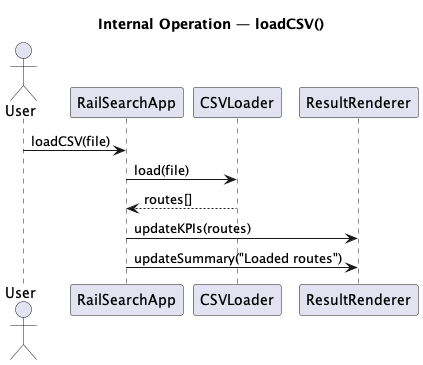
nicolas-zampieri/SOEN342 keeps this PlantUML diagram as docs/Artifacts/System Operations/loadCSV.png. Above is the earlier version.
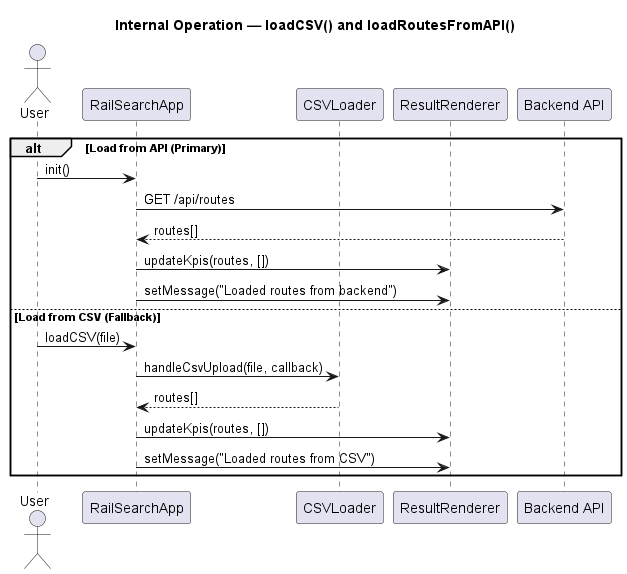
After the change.

What changed in the source:
```diff
@@ -1,15 +1,24 @@
 @startuml loadCSV
-title Internal Operation — loadCSV()
+title Internal Operation — loadCSV() and loadRoutesFromAPI()
 
 actor User as U
 participant "RailSearchApp" as App
 participant "CSVLoader" as Loader
 participant "ResultRenderer" as Renderer
+participant "Backend API" as API
 
-U -> App : loadCSV(file)
-App -> Loader : load(file)
-Loader --> App : routes[]
-App -> Renderer : updateKPIs(routes)
-App -> Renderer : updateSummary("Loaded routes")
+alt Load from API (Primary)
+    U -> App : init()
+    App -> API : GET /api/routes
+    API --> App : routes[]
+    App -> Renderer : updateKpis(routes, [])
+    App -> Renderer : setMessage("Loaded routes from backend")
+else Load from CSV (Fallback)
+    U -> App : loadCSV(file)
+    App -> Loader : handleCsvUpload(file, callback)
+    Loader --> App : routes[]
+    App -> Renderer : updateKpis(routes, [])
+    App -> Renderer : setMessage("Loaded routes from CSV")
+end
 
 @enduml
```
